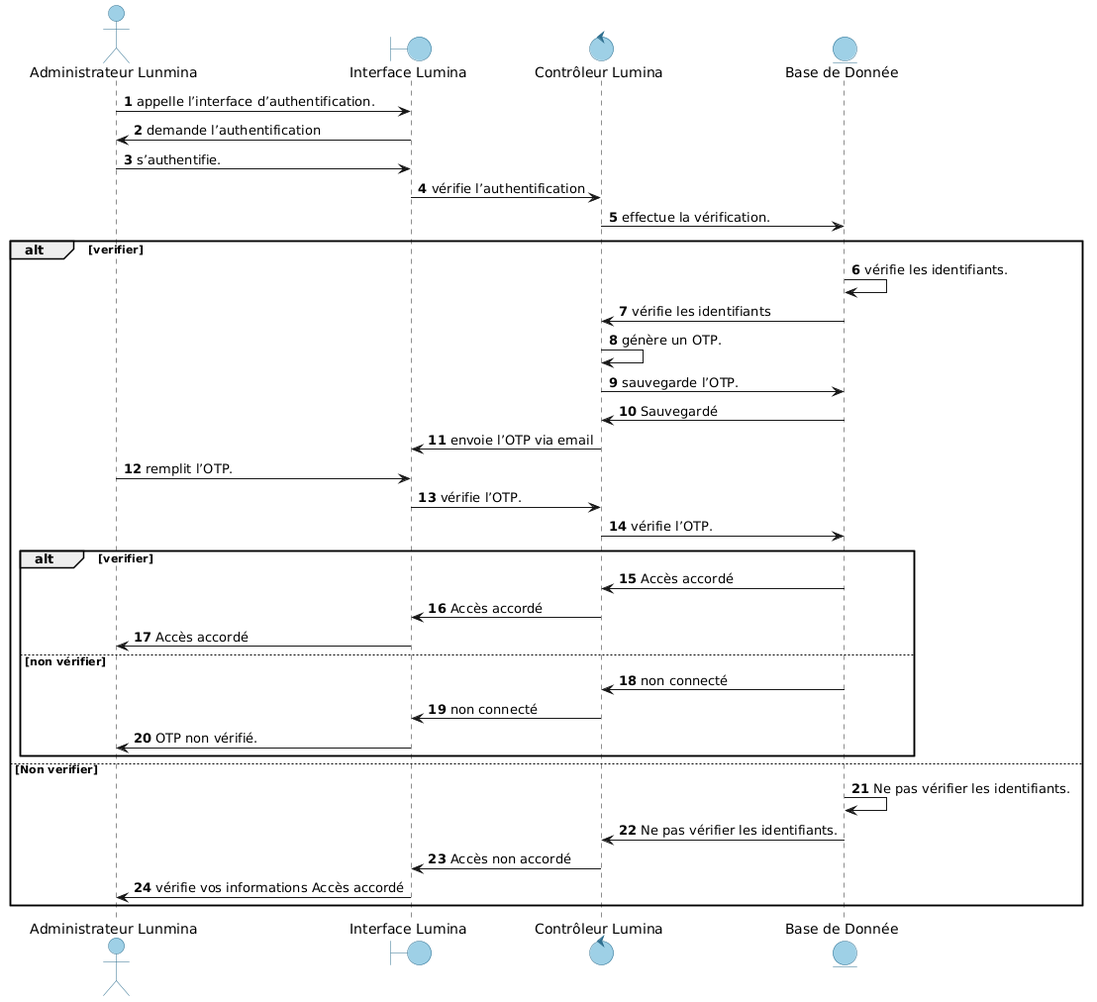
Above: conception/Séquence 2FA admin/authentification_user sequence diagram-Copy of Admin.png in MahdiBelguith/E-commerce-Lunmina (PlantUML), before the change. The source it was exported from:
```plantuml
@startuml
autonumber
skinparam backgroundColor white

skinparam participant {
    BackgroundColor #9ED0E6
    BorderColor #2F6F8F
    FontColor black
}

skinparam actor {
    BackgroundColor #9ED0E6
    BorderColor #2F6F8F
    FontColor black
}

skinparam entity {
    BackgroundColor #9ED0E6
    BorderColor #2F6F8F
    FontColor black
}

skinparam boundary {
    BackgroundColor #9ED0E6
    BorderColor #2F6F8F
    FontColor black
}
skinparam control {
    BackgroundColor #9ED0E6
    BorderColor #2F6F8F
    FontColor black
}
actor "Administrateur Lunmina" as User
boundary "Interface Lumina" as UI
control "Contrôleur Lumina" as Controller
Entity "Base de Donnée" as DB

User -> UI :  appelle l’interface d’authentification.
UI -> User : demande l’authentification
User -> UI : s’authentifie.
UI -> Controller : vérifie l’authentification
Controller -> DB : effectue la vérification.
alt verifier
    DB -> DB : vérifie les identifiants.
    DB -> Controller : vérifie les identifiants
    Controller -> Controller : génère un OTP.
    Controller ->DB : sauvegarde l’OTP.
    DB -> Controller :Sauvegardé
    Controller -> UI : envoie l’OTP via email
    User -> UI : remplit l’OTP.
    UI -> Controller : vérifie l’OTP.
    Controller -> DB : vérifie l’OTP.
    alt verifier
        DB -> Controller : Accès accordé
        Controller-> UI : Accès accordé
        UI -> User : Accès accordé
    else non vérifier
        DB -> Controller :non connecté
        Controller -> UI :non connecté
        UI -> User : OTP non vérifié.
    end
else Non verifier
    DB -> DB : Ne pas vérifier les identifiants.
    DB -> Controller : Ne pas vérifier les identifiants.
    Controller -> UI :  Accès non accordé
    UI -> User : vérifie vos informations Accès accordé
end
@enduml
```
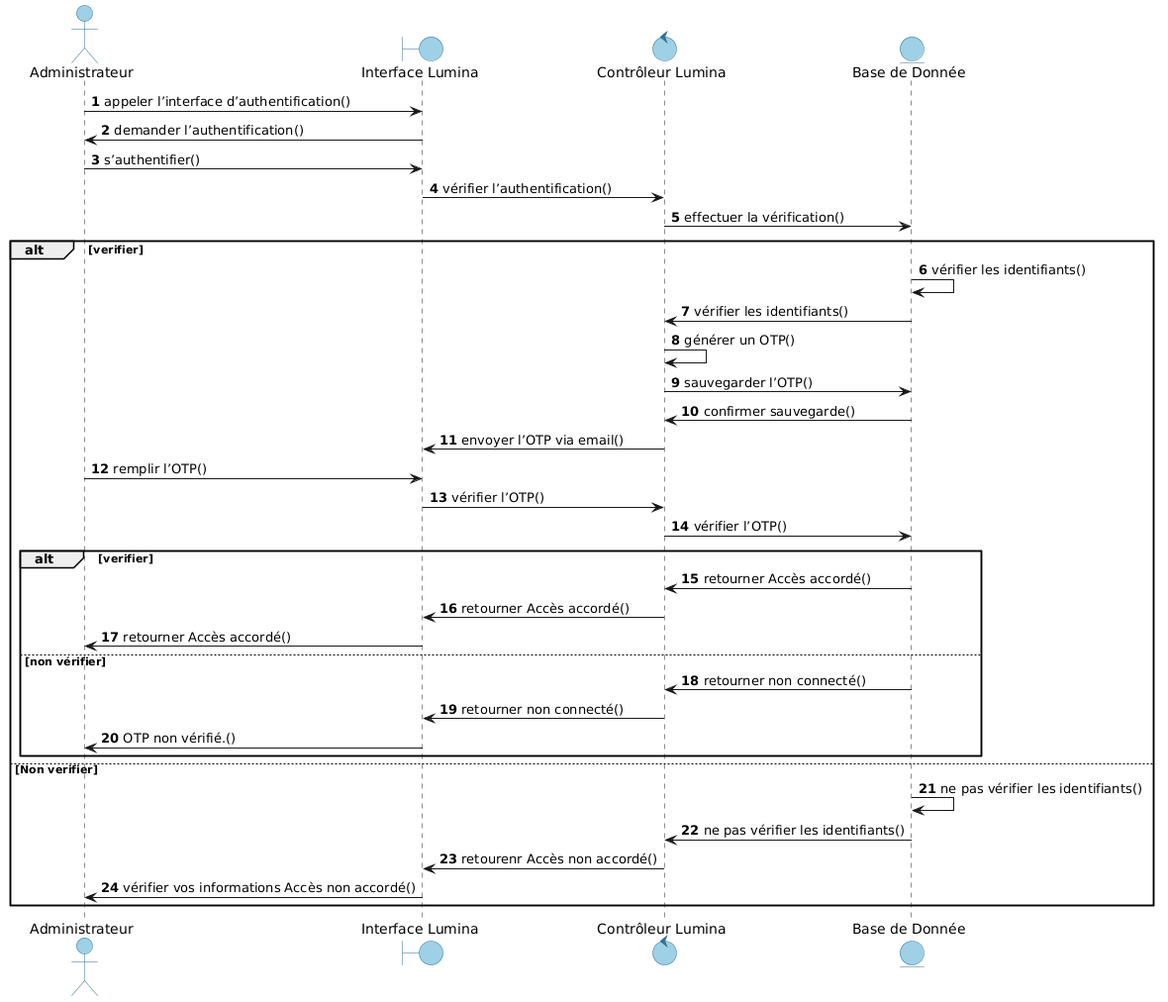
Above is the later version.

Change to the diagram source:
```diff
@@ -30,39 +30,39 @@
     BorderColor #2F6F8F
     FontColor black
 }
-actor "Administrateur Lunmina" as User
+actor "Administrateur" as User
 boundary "Interface Lumina" as UI
 control "Contrôleur Lumina" as Controller
 Entity "Base de Donnée" as DB
 
-User -> UI :  appelle l’interface d’authentification.
-UI -> User : demande l’authentification
-User -> UI : s’authentifie.
-UI -> Controller : vérifie l’authentification
-Controller -> DB : effectue la vérification.
+User -> UI : appeler l’interface d’authentification()
+UI -> User : demander l’authentification()
+User -> UI : s’authentifier()
+UI -> Controller : vérifier l’authentification()
+Controller -> DB : effectuer la vérification()
 alt verifier
-    DB -> DB : vérifie les identifiants.
-    DB -> Controller : vérifie les identifiants
-    Controller -> Controller : génère un OTP.
-    Controller ->DB : sauvegarde l’OTP.
-    DB -> Controller :Sauvegardé
-    Controller -> UI : envoie l’OTP via email
-    User -> UI : remplit l’OTP.
-    UI -> Controller : vérifie l’OTP.
-    Controller -> DB : vérifie l’OTP.
+    DB -> DB : vérifier les identifiants()
+    DB -> Controller : vérifier les identifiants()
+    Controller -> Controller : générer un OTP()
+    Controller ->DB : sauvegarder l’OTP()
+    DB -> Controller : confirmer sauvegarde()
+    Controller -> UI : envoyer l’OTP via email()
+    User -> UI : remplir l’OTP()
+    UI -> Controller : vérifier l’OTP()
+    Controller -> DB : vérifier l’OTP()
     alt verifier
-        DB -> Controller : Accès accordé
-        Controller-> UI : Accès accordé
-        UI -> User : Accès accordé
+        DB -> Controller : retourner Accès accordé()
+        Controller-> UI : retourner Accès accordé()
+        UI -> User : retourner Accès accordé()
     else non vérifier
-        DB -> Controller :non connecté
-        Controller -> UI :non connecté
-        UI -> User : OTP non vérifié.
+        DB -> Controller : retourner non connecté()
+        Controller -> UI : retourner non connecté()
+        UI -> User : OTP non vérifié.()
     end
 else Non verifier
-    DB -> DB : Ne pas vérifier les identifiants.
-    DB -> Controller : Ne pas vérifier les identifiants.
-    Controller -> UI :  Accès non accordé
-    UI -> User : vérifie vos informations Accès accordé
+    DB -> DB : ne pas vérifier les identifiants()
+    DB -> Controller : ne pas vérifier les identifiants()
+    Controller -> UI : retourenr Accès non accordé()
+    UI -> User : vérifier vos informations Accès non accordé()
 end
 @enduml
```
